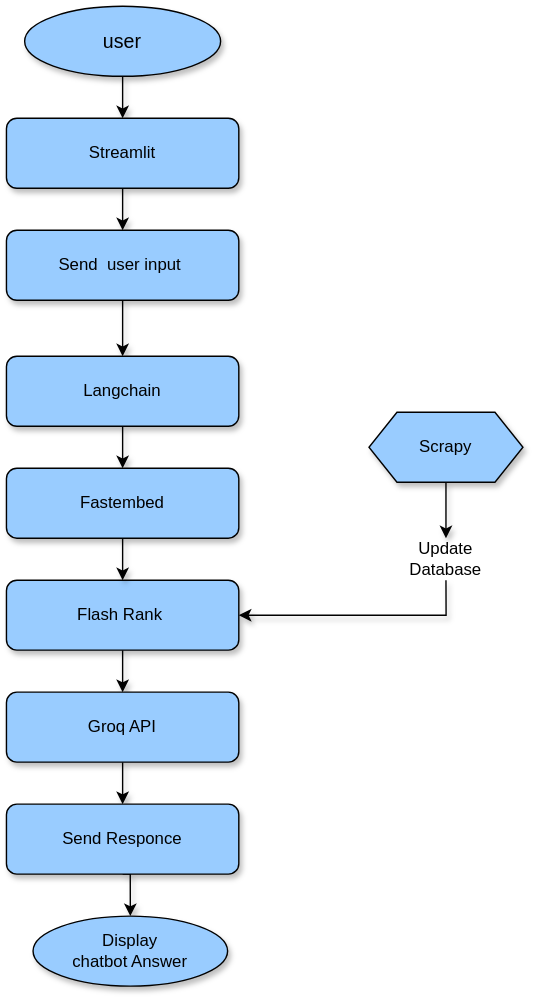
Before: flowchart.svg, a diagram exported from draw.io (DrAlzahraniProjects/csusb_spring2025_cse6550_team2). Source tidied: cells renumbered, new cells last; positions are measured from the earlier drawing's top-left corner, leaving out a move shared by most shapes. Its diagram source:
```xml
<mxGraphModel>
  <root>
    <mxCell id="0" />
    <mxCell id="1" parent="0" />
    <mxCell id="2" style="edgeStyle=orthogonalEdgeStyle;rounded=0;jettySize=auto;html=1;exitX=0.5;exitY=1;exitDx=0;exitDy=0;entryX=0.5;entryY=0;entryDx=0;entryDy=0;shadow=1;" parent="1" edge="1" source="3" target="7">
      <mxGeometry relative="1" as="geometry" />
    </mxCell>
    <mxCell id="3" value="&lt;font style=&quot;font-size: 14px;&quot;&gt;user&lt;/font&gt;" style="ellipse;whiteSpace=wrap;html=1;fillColor=#99CCFF;shadow=1;" parent="1" vertex="1">
      <mxGeometry x="13" width="140" height="50" as="geometry" />
    </mxCell>
    <mxCell id="4" style="edgeStyle=orthogonalEdgeStyle;rounded=0;jettySize=auto;html=1;exitX=0.5;exitY=1;exitDx=0;exitDy=0;entryX=0.5;entryY=0;entryDx=0;entryDy=0;shadow=1;" parent="1" edge="1" source="5" target="13">
      <mxGeometry relative="1" as="geometry" />
    </mxCell>
    <mxCell id="5" value="Flash Rank&amp;nbsp;" style="rounded=1;whiteSpace=wrap;html=1;fillColor=#99CCFF;shadow=1;" parent="1" vertex="1">
      <mxGeometry y="410" width="166" height="50" as="geometry" />
    </mxCell>
    <mxCell id="6" style="edgeStyle=orthogonalEdgeStyle;rounded=0;jettySize=auto;html=1;exitX=0.5;exitY=1;exitDx=0;exitDy=0;entryX=0.5;entryY=0;entryDx=0;entryDy=0;shadow=1;" parent="1" edge="1" source="7" target="9">
      <mxGeometry relative="1" as="geometry" />
    </mxCell>
    <mxCell id="7" value="Streamlit" style="rounded=1;whiteSpace=wrap;html=1;fillColor=#99CCFF;shadow=1;" parent="1" vertex="1">
      <mxGeometry y="80" width="166" height="50" as="geometry" />
    </mxCell>
    <mxCell id="8" style="edgeStyle=orthogonalEdgeStyle;rounded=0;jettySize=auto;html=1;exitX=0.5;exitY=1;exitDx=0;exitDy=0;entryX=0.5;entryY=0;entryDx=0;entryDy=0;shadow=1;" parent="1" edge="1" source="9" target="11">
      <mxGeometry relative="1" as="geometry" />
    </mxCell>
    <mxCell id="9" value="Send&amp;nbsp; user input&amp;nbsp;" style="rounded=1;whiteSpace=wrap;html=1;fillColor=#99CCFF;shadow=1;" parent="1" vertex="1">
      <mxGeometry y="160" width="166" height="50" as="geometry" />
    </mxCell>
    <mxCell id="10" style="edgeStyle=orthogonalEdgeStyle;rounded=0;jettySize=auto;html=1;exitX=0.5;exitY=1;exitDx=0;exitDy=0;entryX=0.5;entryY=0;entryDx=0;entryDy=0;shadow=1;" parent="1" edge="1" source="11" target="15">
      <mxGeometry relative="1" as="geometry" />
    </mxCell>
    <mxCell id="11" value="Langchain" style="rounded=1;whiteSpace=wrap;html=1;fillColor=#99CCFF;shadow=1;" parent="1" vertex="1">
      <mxGeometry y="250" width="166" height="50" as="geometry" />
    </mxCell>
    <mxCell id="12" style="edgeStyle=orthogonalEdgeStyle;rounded=0;jettySize=auto;html=1;exitX=0.5;exitY=1;exitDx=0;exitDy=0;entryX=0.5;entryY=0;entryDx=0;entryDy=0;shadow=1;" parent="1" edge="1" source="13" target="17">
      <mxGeometry relative="1" as="geometry" />
    </mxCell>
    <mxCell id="13" value="Groq API" style="rounded=1;whiteSpace=wrap;html=1;fillColor=#99CCFF;shadow=1;" parent="1" vertex="1">
      <mxGeometry y="490" width="166" height="50" as="geometry" />
    </mxCell>
    <mxCell id="14" style="edgeStyle=orthogonalEdgeStyle;rounded=0;jettySize=auto;html=1;exitX=0.5;exitY=1;exitDx=0;exitDy=0;entryX=0.5;entryY=0;entryDx=0;entryDy=0;shadow=1;" parent="1" edge="1" source="15" target="5">
      <mxGeometry relative="1" as="geometry" />
    </mxCell>
    <mxCell id="15" value="Fastembed" style="rounded=1;whiteSpace=wrap;html=1;fillColor=#99CCFF;shadow=1;" parent="1" vertex="1">
      <mxGeometry y="330" width="166" height="50" as="geometry" />
    </mxCell>
    <mxCell id="16" style="edgeStyle=orthogonalEdgeStyle;rounded=0;jettySize=auto;html=1;exitX=0.5;exitY=1;exitDx=0;exitDy=0;entryX=0.5;entryY=0;entryDx=0;entryDy=0;shadow=1;" parent="1" edge="1" source="17" target="18">
      <mxGeometry relative="1" as="geometry" />
    </mxCell>
    <mxCell id="17" value="Send Responce" style="rounded=1;whiteSpace=wrap;html=1;fillColor=#99CCFF;shadow=1;" parent="1" vertex="1">
      <mxGeometry y="570" width="166" height="50" as="geometry" />
    </mxCell>
    <mxCell id="18" value="Display&lt;div&gt;chatbot Answer&lt;/div&gt;" style="ellipse;whiteSpace=wrap;html=1;fillColor=#99CCFF;shadow=1;" parent="1" vertex="1">
      <mxGeometry x="19" y="650" width="139" height="50" as="geometry" />
    </mxCell>
    <mxCell id="19" style="edgeStyle=orthogonalEdgeStyle;rounded=0;jettySize=auto;html=1;exitX=0.5;exitY=1;exitDx=0;exitDy=0;entryX=0.5;entryY=0;entryDx=0;entryDy=0;shadow=1;" parent="1" edge="1" source="20" target="22">
      <mxGeometry relative="1" as="geometry" />
    </mxCell>
    <mxCell id="20" value="Scrapy" style="shape=hexagon;perimeter=hexagonPerimeter2;whiteSpace=wrap;html=1;fixedSize=1;fillColor=#99CCFF;shadow=1;" parent="1" vertex="1">
      <mxGeometry x="259" y="290" width="110" height="50" as="geometry" />
    </mxCell>
    <mxCell id="21" style="edgeStyle=orthogonalEdgeStyle;rounded=0;jettySize=auto;html=1;exitX=0.5;exitY=1;exitDx=0;exitDy=0;entryX=1;entryY=0.5;entryDx=0;entryDy=0;shadow=1;" parent="1" edge="1" source="22" target="5">
      <mxGeometry relative="1" as="geometry" />
    </mxCell>
    <mxCell id="22" value="Update Database" style="text;html=1;align=center;verticalAlign=middle;whiteSpace=wrap;rounded=0;shadow=1;" parent="1" vertex="1">
      <mxGeometry x="284" y="380" width="60" height="30" as="geometry" />
    </mxCell>
  </root>
</mxGraphModel>
```
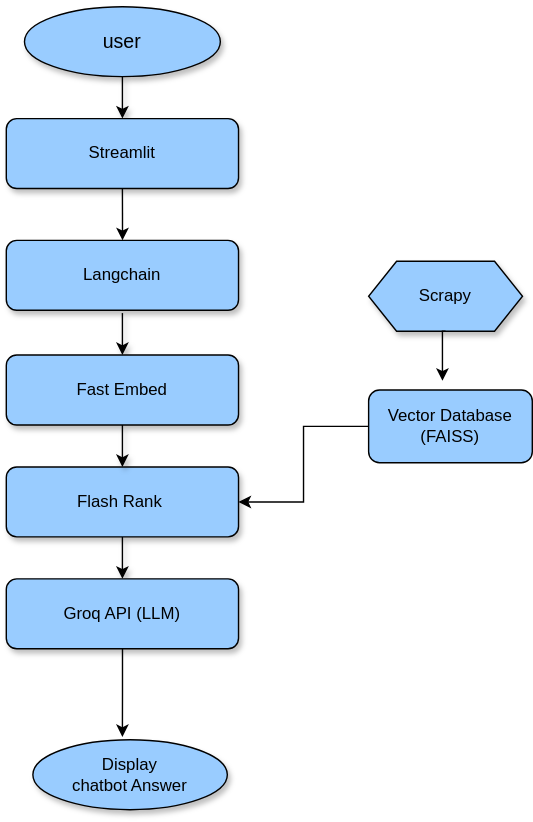
After the commit.

Change to the diagram source:
```diff
@@ -12,58 +12,50 @@
       <mxGeometry relative="1" as="geometry" />
     </mxCell>
     <mxCell id="5" value="Flash Rank&amp;nbsp;" style="rounded=1;whiteSpace=wrap;html=1;fillColor=#99CCFF;shadow=1;" parent="1" vertex="1">
-      <mxGeometry y="410" width="166" height="50" as="geometry" />
+      <mxGeometry y="329" width="166" height="50" as="geometry" />
     </mxCell>
-    <mxCell id="6" style="edgeStyle=orthogonalEdgeStyle;rounded=0;jettySize=auto;html=1;exitX=0.5;exitY=1;exitDx=0;exitDy=0;entryX=0.5;entryY=0;entryDx=0;entryDy=0;shadow=1;" parent="1" edge="1" source="7" target="9">
-      <mxGeometry relative="1" as="geometry" />
-    </mxCell>
+    <mxCell id="23" style="edgeStyle=orthogonalEdgeStyle;rounded=0;jettySize=auto;html=1;exitX=0.5;exitY=1;exitDx=0;exitDy=0;" parent="1" edge="1" source="7" target="11">
+      <mxGeometry relative="1" as="geometry" />
+    </mxCell>
     <mxCell id="7" value="Streamlit" style="rounded=1;whiteSpace=wrap;html=1;fillColor=#99CCFF;shadow=1;" parent="1" vertex="1">
       <mxGeometry y="80" width="166" height="50" as="geometry" />
     </mxCell>
-    <mxCell id="8" style="edgeStyle=orthogonalEdgeStyle;rounded=0;jettySize=auto;html=1;exitX=0.5;exitY=1;exitDx=0;exitDy=0;entryX=0.5;entryY=0;entryDx=0;entryDy=0;shadow=1;" parent="1" edge="1" source="9" target="11">
-      <mxGeometry relative="1" as="geometry" />
-    </mxCell>
-    <mxCell id="9" value="Send&amp;nbsp; user input&amp;nbsp;" style="rounded=1;whiteSpace=wrap;html=1;fillColor=#99CCFF;shadow=1;" parent="1" vertex="1">
-      <mxGeometry y="160" width="166" height="50" as="geometry" />
-    </mxCell>
-    <mxCell id="10" style="edgeStyle=orthogonalEdgeStyle;rounded=0;jettySize=auto;html=1;exitX=0.5;exitY=1;exitDx=0;exitDy=0;entryX=0.5;entryY=0;entryDx=0;entryDy=0;shadow=1;" parent="1" edge="1" source="11" target="15">
-      <mxGeometry relative="1" as="geometry" />
+    <mxCell id="10" style="edgeStyle=orthogonalEdgeStyle;rounded=0;jettySize=auto;html=1;exitX=0.5;exitY=1;exitDx=0;exitDy=0;entryX=0.5;entryY=0;entryDx=0;entryDy=0;shadow=1;" parent="1" edge="1" target="15">
+      <mxGeometry relative="1" as="geometry">
+        <mxPoint x="83" y="219" as="sourcePoint" />
+      </mxGeometry>
     </mxCell>
     <mxCell id="11" value="Langchain" style="rounded=1;whiteSpace=wrap;html=1;fillColor=#99CCFF;shadow=1;" parent="1" vertex="1">
-      <mxGeometry y="250" width="166" height="50" as="geometry" />
+      <mxGeometry y="167" width="166" height="50" as="geometry" />
     </mxCell>
-    <mxCell id="12" style="edgeStyle=orthogonalEdgeStyle;rounded=0;jettySize=auto;html=1;exitX=0.5;exitY=1;exitDx=0;exitDy=0;entryX=0.5;entryY=0;entryDx=0;entryDy=0;shadow=1;" parent="1" edge="1" source="13" target="17">
-      <mxGeometry relative="1" as="geometry" />
-    </mxCell>
+    <mxCell id="24" style="edgeStyle=orthogonalEdgeStyle;rounded=0;jettySize=auto;html=1;" parent="1" edge="1" source="13">
+      <mxGeometry relative="1" as="geometry">
+        <mxPoint x="83" y="522" as="targetPoint" />
+      </mxGeometry>
+    </mxCell>
-    <mxCell id="13" value="Groq API" style="rounded=1;whiteSpace=wrap;html=1;fillColor=#99CCFF;shadow=1;" parent="1" vertex="1">
-      <mxGeometry y="490" width="166" height="50" as="geometry" />
+    <mxCell id="13" value="Groq API (LLM)" style="rounded=1;whiteSpace=wrap;html=1;fillColor=#99CCFF;shadow=1;" parent="1" vertex="1">
+      <mxGeometry y="409" width="166" height="50" as="geometry" />
     </mxCell>
     <mxCell id="14" style="edgeStyle=orthogonalEdgeStyle;rounded=0;jettySize=auto;html=1;exitX=0.5;exitY=1;exitDx=0;exitDy=0;entryX=0.5;entryY=0;entryDx=0;entryDy=0;shadow=1;" parent="1" edge="1" source="15" target="5">
       <mxGeometry relative="1" as="geometry" />
     </mxCell>
-    <mxCell id="15" value="Fastembed" style="rounded=1;whiteSpace=wrap;html=1;fillColor=#99CCFF;shadow=1;" parent="1" vertex="1">
-      <mxGeometry y="330" width="166" height="50" as="geometry" />
+    <mxCell id="15" value="Fast Embed" style="rounded=1;whiteSpace=wrap;html=1;fillColor=#99CCFF;shadow=1;" parent="1" vertex="1">
+      <mxGeometry y="249" width="166" height="50" as="geometry" />
     </mxCell>
-    <mxCell id="16" style="edgeStyle=orthogonalEdgeStyle;rounded=0;jettySize=auto;html=1;exitX=0.5;exitY=1;exitDx=0;exitDy=0;entryX=0.5;entryY=0;entryDx=0;entryDy=0;shadow=1;" parent="1" edge="1" source="17" target="18">
-      <mxGeometry relative="1" as="geometry" />
-    </mxCell>
-    <mxCell id="17" value="Send Responce" style="rounded=1;whiteSpace=wrap;html=1;fillColor=#99CCFF;shadow=1;" parent="1" vertex="1">
-      <mxGeometry y="570" width="166" height="50" as="geometry" />
-    </mxCell>
     <mxCell id="18" value="Display&lt;div&gt;chatbot Answer&lt;/div&gt;" style="ellipse;whiteSpace=wrap;html=1;fillColor=#99CCFF;shadow=1;" parent="1" vertex="1">
-      <mxGeometry x="19" y="650" width="139" height="50" as="geometry" />
+      <mxGeometry x="19" y="524" width="139" height="50" as="geometry" />
     </mxCell>
-    <mxCell id="19" style="edgeStyle=orthogonalEdgeStyle;rounded=0;jettySize=auto;html=1;exitX=0.5;exitY=1;exitDx=0;exitDy=0;entryX=0.5;entryY=0;entryDx=0;entryDy=0;shadow=1;" parent="1" edge="1" source="20" target="22">
-      <mxGeometry relative="1" as="geometry" />
-    </mxCell>
     <mxCell id="20" value="Scrapy" style="shape=hexagon;perimeter=hexagonPerimeter2;whiteSpace=wrap;html=1;fixedSize=1;fillColor=#99CCFF;shadow=1;" parent="1" vertex="1">
-      <mxGeometry x="259" y="290" width="110" height="50" as="geometry" />
+      <mxGeometry x="259" y="182" width="110" height="50" as="geometry" />
     </mxCell>
-    <mxCell id="21" style="edgeStyle=orthogonalEdgeStyle;rounded=0;jettySize=auto;html=1;exitX=0.5;exitY=1;exitDx=0;exitDy=0;entryX=1;entryY=0.5;entryDx=0;entryDy=0;shadow=1;" parent="1" edge="1" source="22" target="5">
-      <mxGeometry relative="1" as="geometry" />
-    </mxCell>
-    <mxCell id="22" value="Update Database" style="text;html=1;align=center;verticalAlign=middle;whiteSpace=wrap;rounded=0;shadow=1;" parent="1" vertex="1">
-      <mxGeometry x="284" y="380" width="60" height="30" as="geometry" />
-    </mxCell>
+    <mxCell id="25" style="edgeStyle=orthogonalEdgeStyle;rounded=0;jettySize=auto;html=1;entryX=1;entryY=0.5;entryDx=0;entryDy=0;" parent="1" edge="1" source="26" target="5">
+      <mxGeometry relative="1" as="geometry" />
+    </mxCell>
+    <mxCell id="26" value="Vector Database (FAISS)" style="rounded=1;whiteSpace=wrap;html=1;fillColor=#99CCFF;" parent="1" vertex="1">
+      <mxGeometry x="259" y="274" width="117" height="52" as="geometry" />
+    </mxCell>
+    <mxCell id="27" style="edgeStyle=orthogonalEdgeStyle;rounded=0;jettySize=auto;html=1;exitX=0.5;exitY=1;exitDx=0;exitDy=0;entryX=0.451;entryY=-0.126;entryDx=0;entryDy=0;entryPerimeter=0;" parent="1" edge="1" source="20" target="26">
+      <mxGeometry relative="1" as="geometry" />
+    </mxCell>
   </root>
 </mxGraphModel>
```
